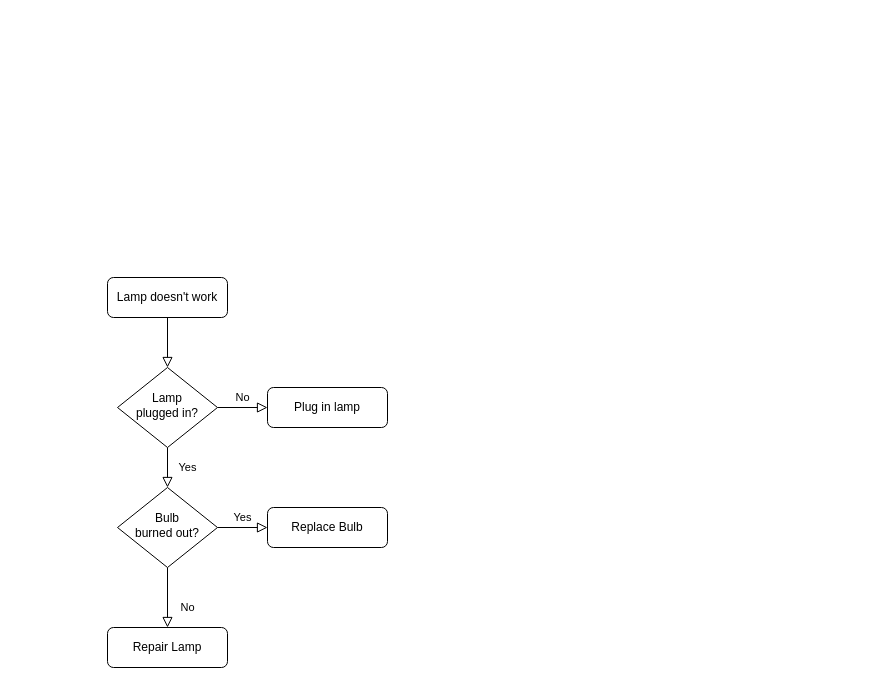
The draw.io diagram 공사하도급2.drawio in withcats/draw.io, before the edit. Source tidied: cells renumbered, new cells numbered last; positions are measured from the earlier drawing's top-left corner, leaving out a move shared by most shapes. Both pictures are drawn from the tidied source at 100%, with x=0, y=0 at pixel (107, 277).
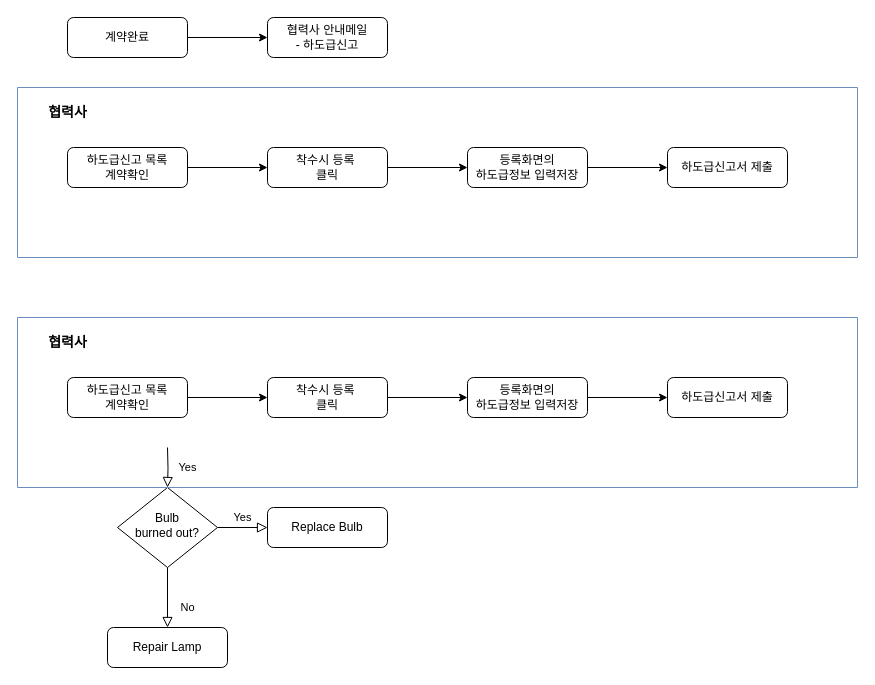
After the change.

Commit message (it also covers changes not shown here):
공사하도급2.drawio 업데이트

The change refers to these unchanged cells:
```xml
<mxCell id="10" value="Bulb&lt;br&gt;burned out?" style="rhombus;whiteSpace=wrap;html=1;shadow=0;fontFamily=Helvetica;fontSize=12;align=center;strokeWidth=1;spacing=6;spacingTop=-4;" parent="1" vertex="1">
  <mxGeometry x="10" y="210" width="100" height="80" as="geometry" />
</mxCell>
```

What changed in the source:
```diff
@@
-    <mxCell id="2" style="rounded=0;html=1;jettySize=auto;fontSize=11;endArrow=block;endFill=0;endSize=8;strokeWidth=1;shadow=0;labelBackgroundColor=none;edgeStyle=orthogonalEdgeStyle;" parent="1" edge="1" source="3" target="6">
-      <mxGeometry relative="1" as="geometry" />
-    </mxCell>
+    <mxCell id="13" style="edgeStyle=orthogonalEdgeStyle;rounded=0;jettySize=auto;html=1;" parent="1" edge="1" source="3" target="14">
+      <mxGeometry relative="1" as="geometry" />
+    </mxCell>
-    <mxCell id="3" value="Lamp doesn't work" style="rounded=1;whiteSpace=wrap;html=1;fontSize=12;glass=0;strokeWidth=1;shadow=0;" parent="1" vertex="1">
-      <mxGeometry width="120" height="40" as="geometry" />
+    <mxCell id="3" value="계약완료" style="rounded=1;whiteSpace=wrap;html=1;fontSize=12;glass=0;strokeWidth=1;shadow=0;" parent="1" vertex="1">
+      <mxGeometry x="-40" y="-260" width="120" height="40" as="geometry" />
     </mxCell>
-    <mxCell id="4" value="Yes" style="rounded=0;html=1;jettySize=auto;fontSize=11;endArrow=block;endFill=0;endSize=8;strokeWidth=1;shadow=0;labelBackgroundColor=none;edgeStyle=orthogonalEdgeStyle;" parent="1" edge="1" source="6" target="10">
-      <mxGeometry y="20" relative="1" as="geometry" />
+    <mxCell id="4" value="Yes" style="rounded=0;html=1;jettySize=auto;fontSize=11;endArrow=block;endFill=0;endSize=8;strokeWidth=1;shadow=0;labelBackgroundColor=none;edgeStyle=orthogonalEdgeStyle;" parent="1" edge="1" target="10">
+      <mxGeometry y="20" relative="1" as="geometry">
+        <mxPoint x="60" y="170" as="sourcePoint" />
+      </mxGeometry>
     </mxCell>
-    <mxCell id="5" value="No" style="edgeStyle=orthogonalEdgeStyle;rounded=0;html=1;jettySize=auto;fontSize=11;endArrow=block;endFill=0;endSize=8;strokeWidth=1;shadow=0;labelBackgroundColor=none;" parent="1" edge="1" source="6" target="7">
-      <mxGeometry y="10" relative="1" as="geometry" />
-    </mxCell>
-    <mxCell id="6" value="Lamp&lt;br&gt;plugged in?" style="rhombus;whiteSpace=wrap;html=1;shadow=0;fontFamily=Helvetica;fontSize=12;align=center;strokeWidth=1;spacing=6;spacingTop=-4;" parent="1" vertex="1">
-      <mxGeometry x="10" y="90" width="100" height="80" as="geometry" />
-    </mxCell>
-    <mxCell id="7" value="Plug in lamp" style="rounded=1;whiteSpace=wrap;html=1;fontSize=12;glass=0;strokeWidth=1;shadow=0;" parent="1" vertex="1">
-      <mxGeometry x="160" y="110" width="120" height="40" as="geometry" />
-    </mxCell>
@@
+    <mxCell id="14" value="협력사 안내메일&lt;div&gt;- 하도급신고&lt;/div&gt;" style="rounded=1;whiteSpace=wrap;html=1;fontSize=12;glass=0;strokeWidth=1;shadow=0;" parent="1" vertex="1">
+      <mxGeometry x="160" y="-260" width="120" height="40" as="geometry" />
+    </mxCell>
+    <mxCell id="15" style="swimlane;startSize=0;fillColor=#DAE8FC;strokeColor=#6c8ebf;" parent="1" vertex="1">
+      <mxGeometry x="-90" y="-190" width="840" height="170" as="geometry" />
+    </mxCell>
+    <mxCell id="16" style="edgeStyle=orthogonalEdgeStyle;rounded=0;jettySize=auto;html=1;" parent="15" edge="1" source="17" target="19">
+      <mxGeometry relative="1" as="geometry" />
+    </mxCell>
+    <mxCell id="17" value="하도급신고 목록&lt;div&gt;계약확인&lt;/div&gt;" style="rounded=1;whiteSpace=wrap;html=1;fontSize=12;glass=0;strokeWidth=1;shadow=0;" parent="15" vertex="1">
+      <mxGeometry x="50" y="60" width="120" height="40" as="geometry" />
+    </mxCell>
+    <mxCell id="18" style="edgeStyle=orthogonalEdgeStyle;rounded=0;jettySize=auto;html=1;" parent="15" edge="1" source="19" target="21">
+      <mxGeometry relative="1" as="geometry" />
+    </mxCell>
+    <mxCell id="19" value="착수시 등록&amp;nbsp;&lt;div&gt;클릭&lt;/div&gt;" style="rounded=1;whiteSpace=wrap;html=1;fontSize=12;glass=0;strokeWidth=1;shadow=0;" parent="15" vertex="1">
+      <mxGeometry x="250" y="60" width="120" height="40" as="geometry" />
+    </mxCell>
+    <mxCell id="20" style="edgeStyle=orthogonalEdgeStyle;rounded=0;jettySize=auto;html=1;" parent="15" edge="1" source="21" target="22">
+      <mxGeometry relative="1" as="geometry" />
+    </mxCell>
+    <mxCell id="21" value="등록화면의&lt;div&gt;하도급정보 입력저장&lt;/div&gt;" style="rounded=1;whiteSpace=wrap;html=1;fontSize=12;glass=0;strokeWidth=1;shadow=0;" parent="15" vertex="1">
+      <mxGeometry x="450" y="60" width="120" height="40" as="geometry" />
+    </mxCell>
+    <mxCell id="22" value="하도급신고서 제출" style="rounded=1;whiteSpace=wrap;html=1;fontSize=12;glass=0;strokeWidth=1;shadow=0;" parent="15" vertex="1">
+      <mxGeometry x="650" y="60" width="120" height="40" as="geometry" />
+    </mxCell>
+    <mxCell id="23" value="&lt;font style=&quot;font-size: 14px;&quot;&gt;&lt;b&gt;협력사&lt;/b&gt;&lt;/font&gt;" style="text;html=1;align=center;verticalAlign=middle;strokeColor=none;fillColor=none;" parent="15" vertex="1">
+      <mxGeometry x="15" y="10" width="70" height="30" as="geometry" />
+    </mxCell>
+    <mxCell id="24" style="swimlane;startSize=0;fillColor=#DAE8FC;strokeColor=#6c8ebf;" parent="1" vertex="1">
+      <mxGeometry x="-90" y="40" width="840" height="170" as="geometry" />
+    </mxCell>
+    <mxCell id="25" style="edgeStyle=orthogonalEdgeStyle;rounded=0;jettySize=auto;html=1;" parent="24" edge="1" source="26" target="28">
+      <mxGeometry relative="1" as="geometry" />
+    </mxCell>
+    <mxCell id="26" value="하도급신고 목록&lt;div&gt;계약확인&lt;/div&gt;" style="rounded=1;whiteSpace=wrap;html=1;fontSize=12;glass=0;strokeWidth=1;shadow=0;" parent="24" vertex="1">
+      <mxGeometry x="50" y="60" width="120" height="40" as="geometry" />
+    </mxCell>
+    <mxCell id="27" style="edgeStyle=orthogonalEdgeStyle;rounded=0;jettySize=auto;html=1;" parent="24" edge="1" source="28" target="30">
+      <mxGeometry relative="1" as="geometry" />
+    </mxCell>
+    <mxCell id="28" value="착수시 등록&amp;nbsp;&lt;div&gt;클릭&lt;/div&gt;" style="rounded=1;whiteSpace=wrap;html=1;fontSize=12;glass=0;strokeWidth=1;shadow=0;" parent="24" vertex="1">
+      <mxGeometry x="250" y="60" width="120" height="40" as="geometry" />
+    </mxCell>
+    <mxCell id="29" style="edgeStyle=orthogonalEdgeStyle;rounded=0;jettySize=auto;html=1;" parent="24" edge="1" source="30" target="31">
+      <mxGeometry relative="1" as="geometry" />
+    </mxCell>
+    <mxCell id="30" value="등록화면의&lt;div&gt;하도급정보 입력저장&lt;/div&gt;" style="rounded=1;whiteSpace=wrap;html=1;fontSize=12;glass=0;strokeWidth=1;shadow=0;" parent="24" vertex="1">
+      <mxGeometry x="450" y="60" width="120" height="40" as="geometry" />
+    </mxCell>
+    <mxCell id="31" value="하도급신고서 제출" style="rounded=1;whiteSpace=wrap;html=1;fontSize=12;glass=0;strokeWidth=1;shadow=0;" parent="24" vertex="1">
+      <mxGeometry x="650" y="60" width="120" height="40" as="geometry" />
+    </mxCell>
+    <mxCell id="32" value="&lt;font style=&quot;font-size: 14px;&quot;&gt;&lt;b&gt;협력사&lt;/b&gt;&lt;/font&gt;" style="text;html=1;align=center;verticalAlign=middle;strokeColor=none;fillColor=none;" parent="24" vertex="1">
+      <mxGeometry x="15" y="10" width="70" height="30" as="geometry" />
+    </mxCell>
```
